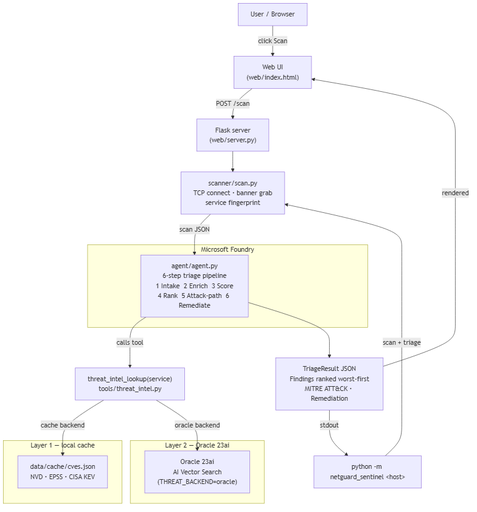
Above: docs/architecture.png in aimannurzharfan/netguard-sentinel (Mermaid), before the change. Its source is kept beside it as docs/architecture.mmd.
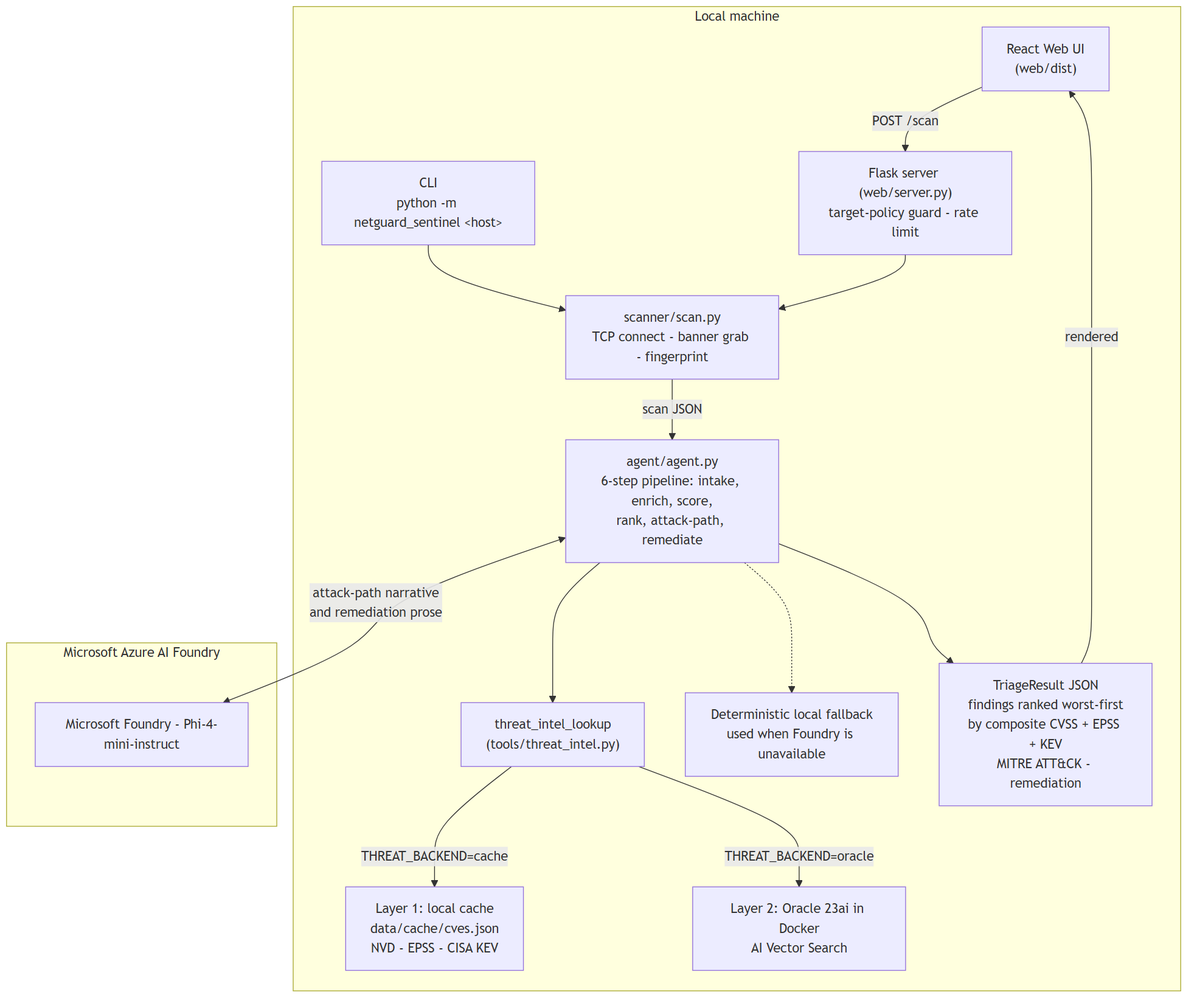
The same file after the commit.

Commit message:
Correct architecture diagram: pipeline runs locally and calls Foundry

The edit, as a diff of the source:
```diff
@@ -1,34 +1,29 @@
 flowchart TD
-    USER["User / Browser"]
-    CLI["python -m netguard_sentinel &lt;host&gt;"]
-    UI["Web UI\n(web/index.html)"]
-    SERVER["Flask server\n(web/server.py)"]
-    SCANNER["scanner/scan.py\nTCP connect · banner grab\nservice fingerprint"]
-
-    subgraph FOUNDRY["Microsoft Foundry"]
-        AGENT["agent/agent.py\n6-step triage pipeline\n1 Intake  2 Enrich  3 Score\n4 Rank  5 Attack-path  6 Remediate"]
+    subgraph LOCAL["Local machine"]
+        UI["React Web UI\n(web/dist)"]
+        CLI["CLI\npython -m netguard_sentinel &lt;host&gt;"]
+        SERVER["Flask server (web/server.py)\ntarget-policy guard - rate limit"]
+        SCANNER["scanner/scan.py\nTCP connect - banner grab - fingerprint"]
+        AGENT["agent/agent.py\n6-step pipeline: intake, enrich, score,\nrank, attack-path, remediate"]
+        TOOL["threat_intel_lookup\n(tools/threat_intel.py)"]
+        CACHE["Layer 1: local cache\ndata/cache/cves.json\nNVD - EPSS - CISA KEV"]
+        ORACLE["Layer 2: Oracle 23ai in Docker\nAI Vector Search"]
+        FALLBACK["Deterministic local fallback\nused when Foundry is unavailable"]
+        RESULT["TriageResult JSON\nfindings ranked worst-first\nby composite CVSS + EPSS + KEV\nMITRE ATT&CK - remediation"]
     end
 
-    TOOL["threat_intel_lookup(service)\ntools/threat_intel.py"]
-
-    subgraph L1["Layer 1 — local cache"]
-        CACHE["data/cache/cves.json\nNVD · EPSS · CISA KEV"]
+    subgraph AZURE["Microsoft Azure AI Foundry"]
+        FOUNDRY["Microsoft Foundry - Phi-4-mini-instruct"]
     end
 
-    subgraph L2["Layer 2 — Oracle 23ai"]
-        ORACLE["Oracle 23ai\nAI Vector Search\n(THREAT_BACKEND=oracle)"]
-    end
-
-    RESULT["TriageResult JSON\nFindings ranked worst-first\nMITRE ATT&CK · Remediation"]
-
-    USER -->|"click Scan"| UI
-    CLI -->|scan + triage| SCANNER
     UI -->|"POST /scan"| SERVER
+    CLI --> SCANNER
     SERVER --> SCANNER
-    SCANNER -->|scan JSON| AGENT
-    AGENT -->|calls tool| TOOL
-    TOOL -->|cache backend| CACHE
-    TOOL -->|oracle backend| ORACLE
+    SCANNER -->|"scan JSON"| AGENT
+    AGENT --> TOOL
+    TOOL -->|"THREAT_BACKEND=cache"| CACHE
+    TOOL -->|"THREAT_BACKEND=oracle"| ORACLE
+    AGENT <-->|"attack-path narrative\nand remediation prose"| FOUNDRY
+    AGENT -.-> FALLBACK
     AGENT --> RESULT
-    RESULT -->|rendered| UI
-    RESULT -->|stdout| CLI
+    RESULT -->|"rendered"| UI
```
